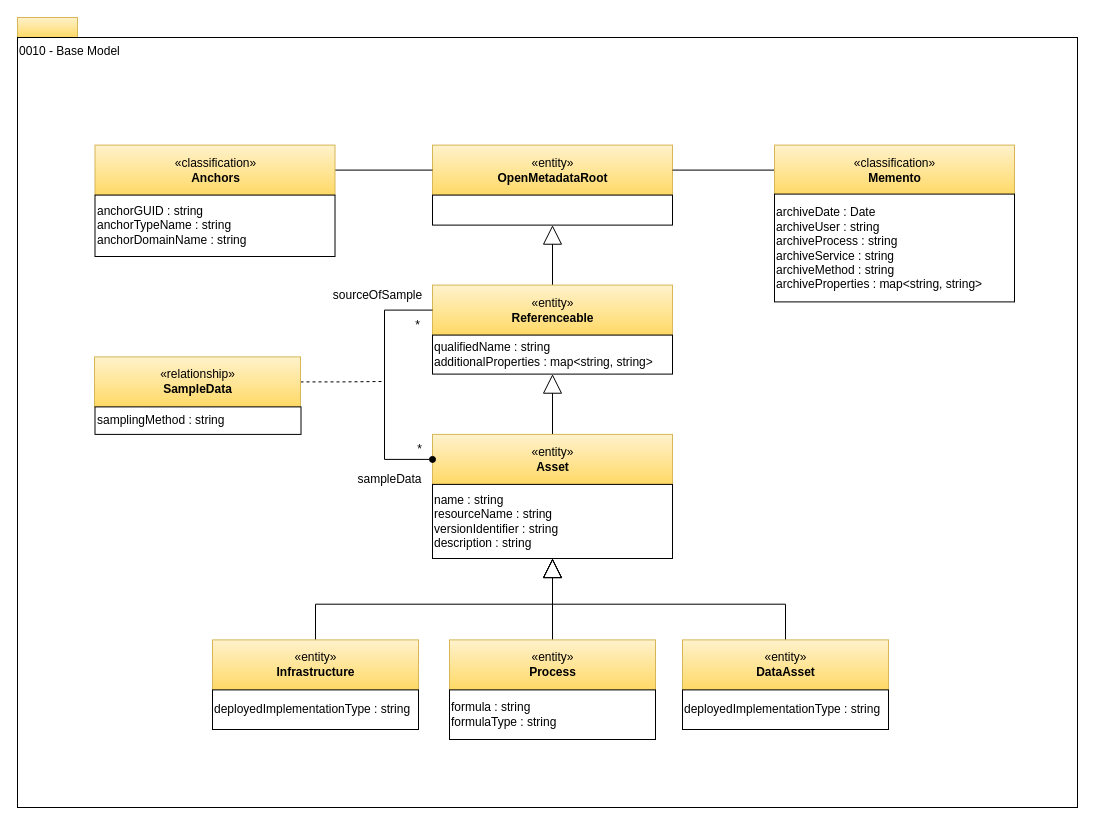
Above: page "0010-Base-Model" (3 of 29) of site/docs/types/0/area-0-basic-types-and-infrastructure.drawio in odpi/egeria-docs (draw.io), before the change. Source tidied: cells renumbered, new cells numbered last; positions are measured from the earlier drawing's top-left corner, leaving out a move shared by most shapes. Both pictures are drawn from the tidied source at 100%, with x=0, y=0 at pixel (17, 17).
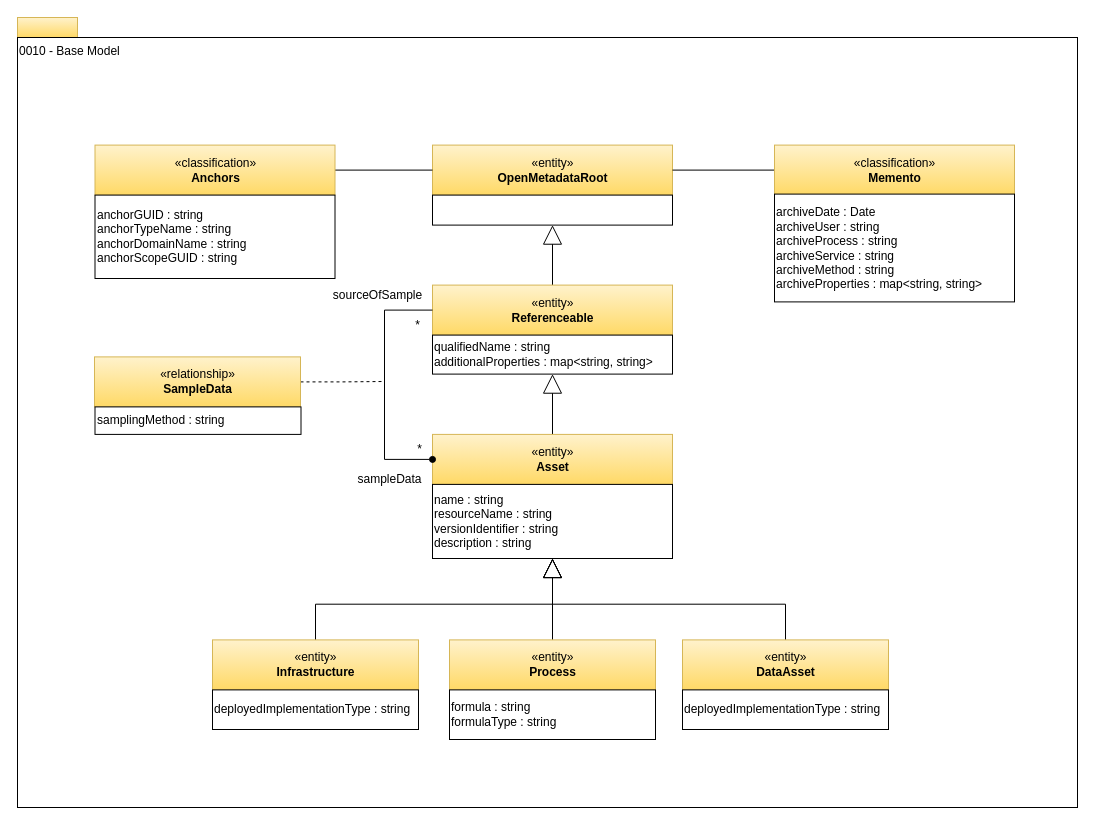
The same diagram, later.

The edit, as a diff of the source:
```diff
@@
-    <mxCell id="22" value="anchorGUID : string&lt;br&gt;anchorTypeName : string&lt;br&gt;&lt;div style=&quot;text-align: left&quot;&gt;&lt;/div&gt;&lt;div&gt;anchorDomainName : string&lt;/div&gt;" style="rounded=0;whiteSpace=wrap;html=1;strokeColor=#000000;gradientColor=#ffffff;align=left;" parent="1" vertex="1">
-      <mxGeometry x="77.5" y="177.6" width="240" height="61.4" as="geometry" />
+    <mxCell id="22" value="anchorGUID : string&lt;br&gt;anchorTypeName : string&lt;br&gt;&lt;div style=&quot;text-align: left&quot;&gt;&lt;/div&gt;&lt;div&gt;anchorDomainName : string&lt;/div&gt;&lt;div&gt;anchorScopeGUID : string&lt;/div&gt;" style="rounded=0;whiteSpace=wrap;html=1;strokeColor=#000000;gradientColor=#ffffff;align=left;" parent="1" vertex="1">
+      <mxGeometry x="77.5" y="177.6" width="240" height="83.4" as="geometry" />
     </mxCell>
```
